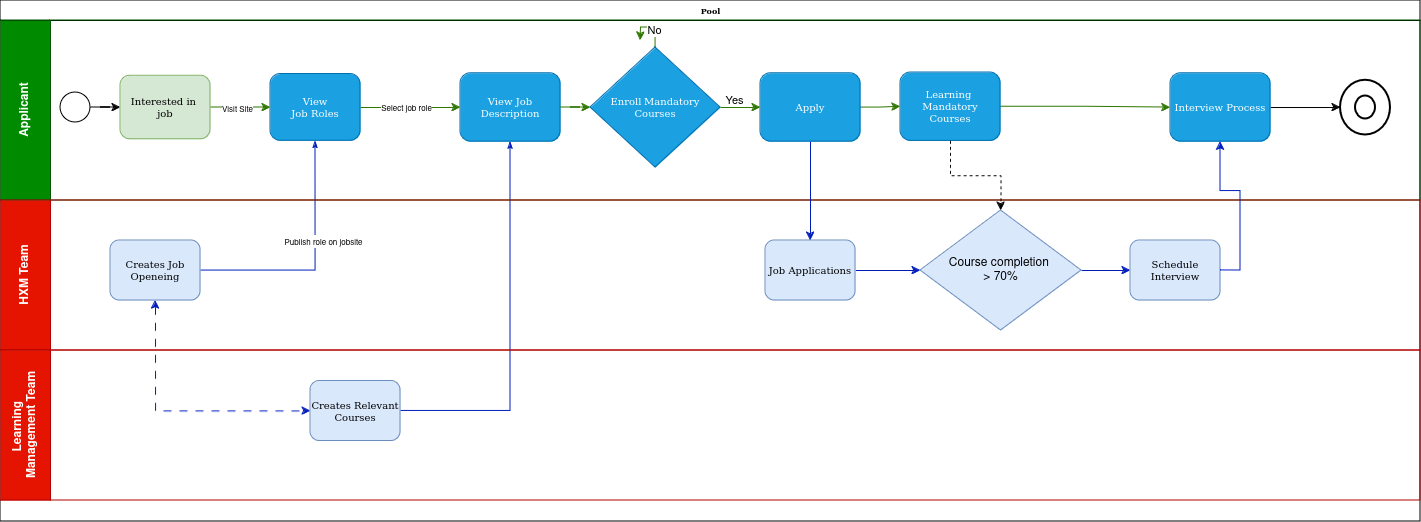
The draw.io diagram BPMN/Untitled Diagram.drawio.png in Meharaj-thoufik/Quality-Candidate-Recruit, before a commit. Source tidied: cells renumbered, new cells last; positions are measured from the earlier drawing's top-left corner, leaving out a move shared by most shapes.
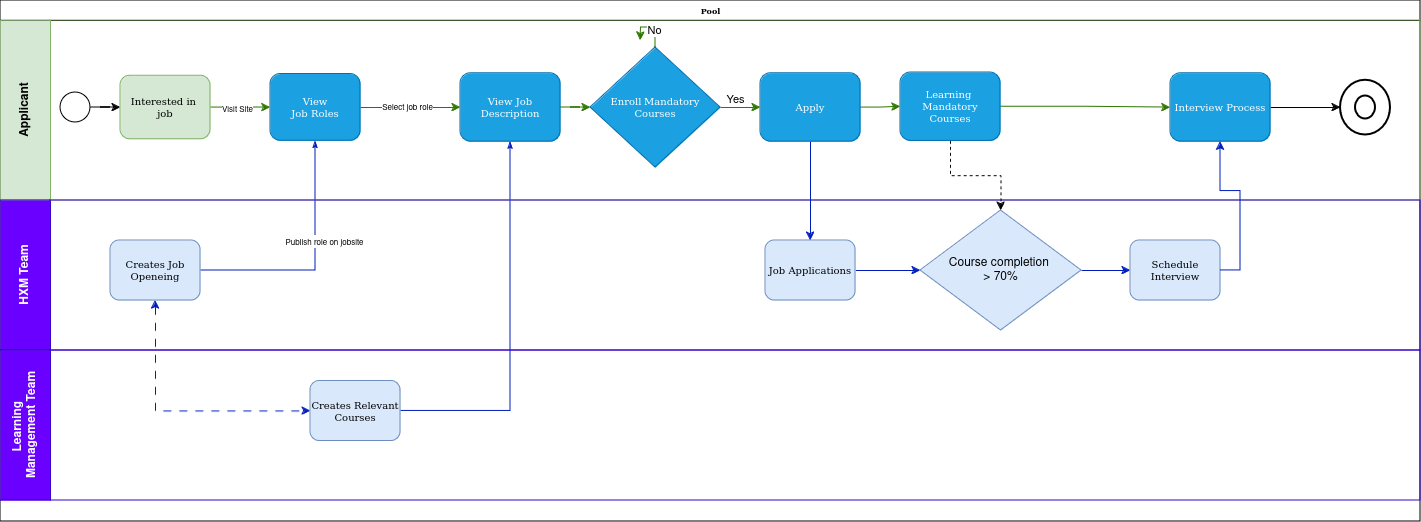
After the change.

Diff of the diagram source:
```diff
@@ -19,7 +19,7 @@
         <mxPoint x="12" y="-29" as="offset" />
       </mxGeometry>
     </mxCell>
-    <mxCell id="7" value="Applicant" style="swimlane;html=1;startSize=50;horizontal=0;fillColor=#008a00;fontColor=#ffffff;strokeColor=#005700;" parent="2" vertex="1">
+    <mxCell id="7" value="Applicant" style="swimlane;html=1;startSize=50;horizontal=0;fillColor=#d5e8d4;strokeColor=#82b366;" parent="2" vertex="1">
       <mxGeometry y="20" width="1420" height="180" as="geometry" />
     </mxCell>
     <mxCell id="8" style="edgeStyle=orthogonalEdgeStyle;rounded=0;jettySize=auto;html=1;entryX=0;entryY=0.5;entryDx=0;entryDy=0;" parent="7" edge="1" source="9" target="12">
@@ -97,7 +97,7 @@
     <mxCell id="30" style="strokeWidth=2;html=1;shape=mxgraph.flowchart.start_2;whiteSpace=wrap;" parent="7" vertex="1">
       <mxGeometry x="1355" y="75.5" width="20" height="23" as="geometry" />
     </mxCell>
-    <mxCell id="31" value="HXM Team" style="swimlane;html=1;startSize=50;horizontal=0;fillColor=#e51400;fontColor=#ffffff;strokeColor=#B20000;" parent="2" vertex="1">
+    <mxCell id="31" value="HXM Team" style="swimlane;html=1;startSize=50;horizontal=0;fillColor=#6a00ff;strokeColor=#3700CC;fontColor=#ffffff;" parent="2" vertex="1">
       <mxGeometry y="200" width="1420" height="150" as="geometry" />
     </mxCell>
     <mxCell id="32" value="&lt;font size=&quot;1&quot;&gt;&lt;span&gt;Creates Job Openeing &lt;/span&gt;&lt;/font&gt;" style="rounded=1;whiteSpace=wrap;html=1;shadow=0;labelBackgroundColor=none;strokeWidth=1;fontFamily=Verdana;fontSize=8;align=center;fillColor=#dae8fc;strokeColor=#6c8ebf;" parent="31" vertex="1">
@@ -118,7 +118,7 @@
     <mxCell id="37" value="&lt;font style=&quot;font-size: 10px;&quot;&gt;Schedule Interview &lt;br&gt;&lt;/font&gt;" style="rounded=1;whiteSpace=wrap;html=1;shadow=0;labelBackgroundColor=none;strokeWidth=1;fontFamily=Verdana;fontSize=8;align=center;fillColor=#dae8fc;strokeColor=#6c8ebf;" parent="31" vertex="1">
       <mxGeometry x="1130" y="40" width="90" height="60" as="geometry" />
     </mxCell>
-    <mxCell id="38" value="&lt;div&gt;Learning&amp;nbsp;&lt;/div&gt;&lt;div&gt;Management Team&lt;br&gt;&lt;/div&gt;" style="swimlane;html=1;startSize=50;horizontal=0;fillColor=#e51400;fontColor=#ffffff;strokeColor=#B20000;" parent="2" vertex="1">
+    <mxCell id="38" value="&lt;div&gt;Learning&amp;nbsp;&lt;/div&gt;&lt;div&gt;Management Team&lt;br&gt;&lt;/div&gt;" style="swimlane;html=1;startSize=50;horizontal=0;fillColor=#6a00ff;strokeColor=#3700CC;fontColor=#ffffff;" parent="2" vertex="1">
       <mxGeometry y="350" width="1420" height="150" as="geometry" />
     </mxCell>
     <mxCell id="39" value="&lt;div&gt;&lt;font size=&quot;1&quot;&gt;&lt;span&gt;Creates Relevant&lt;/span&gt;&lt;/font&gt;&lt;/div&gt;&lt;div&gt;&lt;font size=&quot;1&quot;&gt;&lt;span&gt;Courses &lt;/span&gt;&lt;/font&gt;&lt;/div&gt;" style="rounded=1;whiteSpace=wrap;html=1;shadow=0;labelBackgroundColor=none;strokeWidth=1;fontFamily=Verdana;fontSize=8;align=center;fillColor=#dae8fc;strokeColor=#6c8ebf;" parent="38" vertex="1">
```
